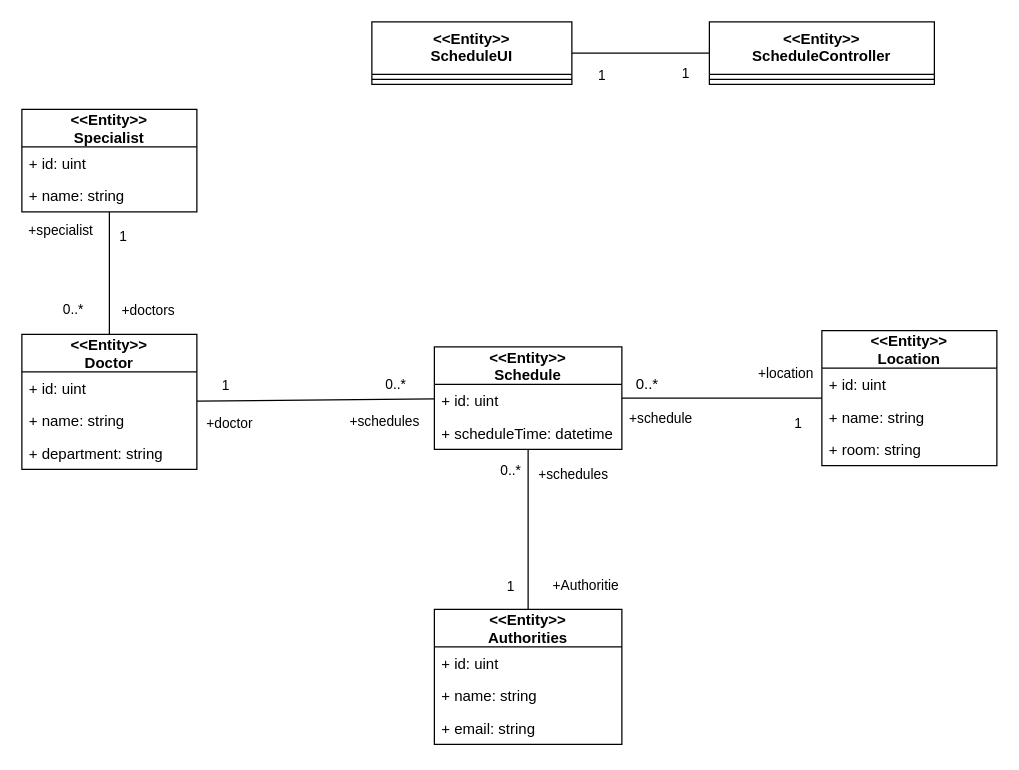
The draw.io diagram page "Classdiagram" (8 of 10) of ระบบนัดหมาย.drawio in nunpromporn/DoctorSchedule, before the edit. Source tidied: cells renumbered, new cells numbered last; positions are measured from the earlier drawing's top-left corner, leaving out a move shared by most shapes. Both pictures are drawn from the tidied source at 125%, with x=0, y=0 at pixel (21, 21).
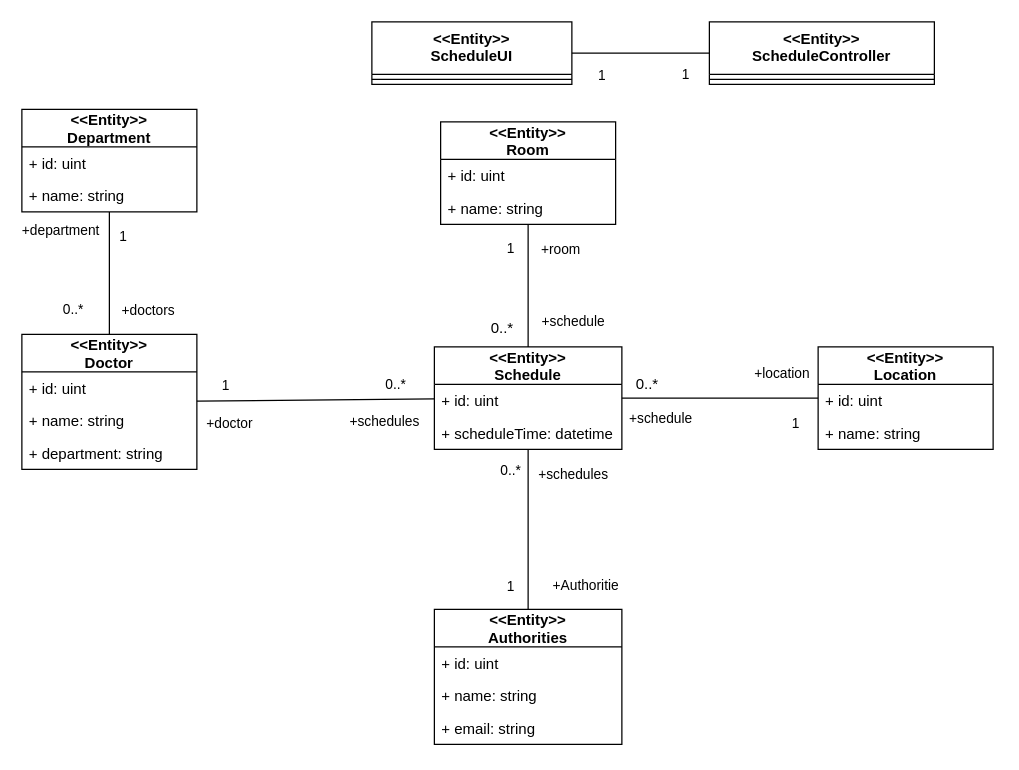
The same diagram, later.

Unchanged cells that the change refers to:
```xml
<mxCell id="13" value="&lt;&lt;Entity&gt;&gt;&#10;Schedule" style="swimlane;fontStyle=1;horizontal=1;startSize=30;fillColor=none;" parent="1" vertex="1">
  <mxGeometry x="330" y="260" width="150" height="82" as="geometry" />
</mxCell>
<mxCell id="24" style="edgeStyle=elbowEdgeStyle;html=1;endArrow=none;elbow=vertical;rounded=1;" parent="1" edge="1" source="2" target="4">
  <mxGeometry relative="1" as="geometry" />
</mxCell>
<mxCell id="27" style="html=1;endArrow=none;elbow=vertical;rounded=1;" parent="1" edge="1" source="6" target="9">
  <mxGeometry relative="1" as="geometry" />
</mxCell>
```

Diff of the diagram source:
```diff
@@
-    <mxCell id="6" value="&lt;&lt;Entity&gt;&gt;&#10;Specialist" style="swimlane;fontStyle=1;horizontal=1;startSize=30;fillColor=none;" parent="1" vertex="1">
+    <mxCell id="6" value="&lt;&lt;Entity&gt;&gt;&#10;Department" style="swimlane;fontStyle=1;horizontal=1;startSize=30;fillColor=none;" parent="1" vertex="1">
       <mxGeometry y="70" width="140" height="82" as="geometry" />
     </mxCell>
@@
     <mxCell id="16" value="&lt;&lt;Entity&gt;&gt;&#10;Location" style="swimlane;fontStyle=1;horizontal=1;startSize=30;fillColor=none;" parent="1" vertex="1">
-      <mxGeometry x="640" y="247" width="140" height="108" as="geometry" />
+      <mxGeometry x="637" y="260" width="140" height="82" as="geometry" />
     </mxCell>
@@
-    <mxCell id="19" value="+ room: string" style="text;strokeColor=none;fillColor=none;align=left;verticalAlign=top;spacingLeft=4;spacingRight=4;overflow=hidden;" parent="16" vertex="1">
-      <mxGeometry y="82" width="140" height="26" as="geometry" />
-    </mxCell>
@@
     <mxCell id="26" value="1" style="edgeLabel;html=1;align=center;verticalAlign=middle;" parent="24" vertex="1">
       <mxGeometry x="0.54" y="-2" relative="1" as="geometry">
-        <mxPoint x="5" y="13" as="offset" />
+        <mxPoint x="5" y="14" as="offset" />
       </mxGeometry>
     </mxCell>
@@
-    <mxCell id="28" value="+specialist" style="edgeLabel;html=1;align=center;verticalAlign=middle;" parent="27" vertex="1">
+    <mxCell id="28" value="+department" style="edgeLabel;html=1;align=center;verticalAlign=middle;" parent="27" vertex="1">
       <mxGeometry x="-0.71" y="-1" relative="1" as="geometry">
         <mxPoint x="-39" as="offset" />
       </mxGeometry>
     </mxCell>
@@
+    <mxCell id="47" value="&lt;&lt;Entity&gt;&gt;&#10;Room" style="swimlane;fontStyle=1;horizontal=1;startSize=30;fillColor=none;" parent="1" vertex="1">
+      <mxGeometry x="335" y="80" width="140" height="82" as="geometry" />
+    </mxCell>
+    <mxCell id="48" value="+ id: uint" style="text;strokeColor=none;fillColor=none;align=left;verticalAlign=top;spacingLeft=4;spacingRight=4;overflow=hidden;" parent="47" vertex="1">
+      <mxGeometry y="30" width="140" height="26" as="geometry" />
+    </mxCell>
+    <mxCell id="49" value="+ name: string" style="text;strokeColor=none;fillColor=none;align=left;verticalAlign=top;spacingLeft=4;spacingRight=4;overflow=hidden;points=[[0,0.5],[1,0.5]];portConstraint=eastwest;" parent="47" vertex="1">
+      <mxGeometry y="56" width="140" height="26" as="geometry" />
+    </mxCell>
+    <mxCell id="50" style="html=1;endArrow=none;elbow=vertical;rounded=1;exitX=0.5;exitY=0;exitDx=0;exitDy=0;" parent="1" edge="1" source="13" target="49">
+      <mxGeometry relative="1" as="geometry" />
+    </mxCell>
+    <mxCell id="51" value="+schedule" style="edgeLabel;html=1;align=center;verticalAlign=middle;" parent="50" vertex="1">
+      <mxGeometry x="-0.86" relative="1" as="geometry">
+        <mxPoint x="35" y="-14" as="offset" />
+      </mxGeometry>
+    </mxCell>
+    <mxCell id="52" value="1" style="edgeLabel;html=1;align=center;verticalAlign=middle;" parent="50" vertex="1">
+      <mxGeometry x="0.64" y="-2" relative="1" as="geometry">
+        <mxPoint x="-17" as="offset" />
+      </mxGeometry>
+    </mxCell>
+    <mxCell id="53" value="+room" style="edgeLabel;html=1;align=center;verticalAlign=middle;" parent="50" vertex="1">
+      <mxGeometry x="0.62" y="1" relative="1" as="geometry">
+        <mxPoint x="26" as="offset" />
+      </mxGeometry>
+    </mxCell>
+    <mxCell id="54" value="0..*" style="text;html=1;align=center;verticalAlign=middle;strokeColor=none;fillColor=none;" parent="1" vertex="1">
+      <mxGeometry x="364" y="230" width="40" height="30" as="geometry" />
+    </mxCell>
```
